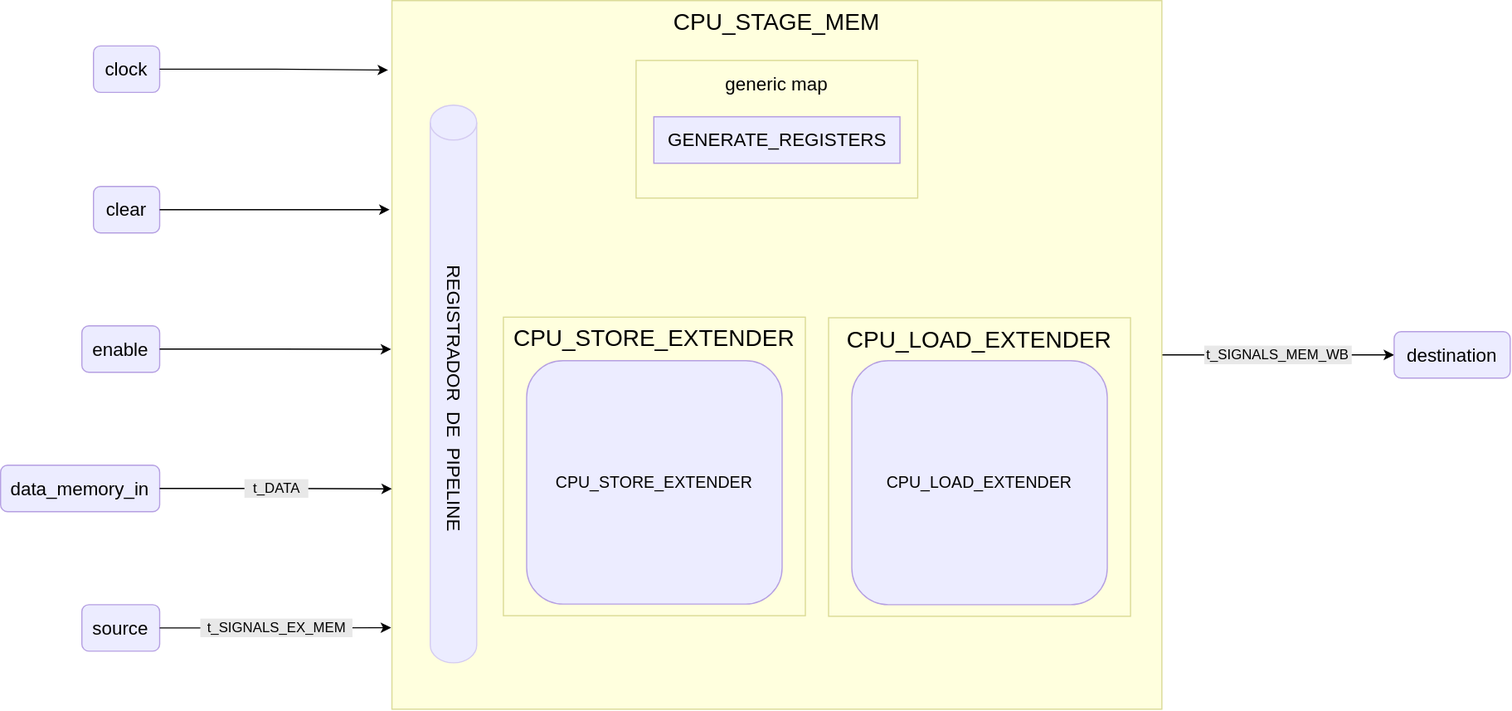
The draw.io diagram public/images/reference/report_components/cpu_stage_mem.drawio.svg in insper-riscv/docs, before a commit. Source tidied: cells renumbered, new cells last; positions are measured from the earlier drawing's top-left corner, leaving out a move shared by most shapes. Source of this version:
```xml
<mxGraphModel>
  <root>
    <mxCell id="0" />
    <mxCell id="1" parent="0" />
    <mxCell id="2" style="edgeStyle=orthogonalEdgeStyle;rounded=0;jettySize=auto;html=1;entryX=0;entryY=0.5;entryDx=0;entryDy=0;" parent="1" edge="1" source="3" target="15">
      <mxGeometry relative="1" as="geometry" />
    </mxCell>
    <mxCell id="3" value="CPU_STAGE_MEM" style="rounded=0;whiteSpace=wrap;html=1;fillColor=#ffffde;strokeColor=#dada94;verticalAlign=top;fontSize=20;" parent="1" vertex="1">
      <mxGeometry x="337" width="663" height="610" as="geometry" />
    </mxCell>
    <mxCell id="4" value="&lt;span style=&quot;font-size: 16px;&quot;&gt;generic map&lt;/span&gt;" style="rounded=0;whiteSpace=wrap;html=1;fillColor=#ffffde;strokeColor=#dada94;verticalAlign=top;fontSize=20;" parent="1" vertex="1">
      <mxGeometry x="547.2" y="51.5" width="242.5" height="118.5" as="geometry" />
    </mxCell>
    <mxCell id="5" value="GENERATE_REGISTERS" style="rounded=0;whiteSpace=wrap;html=1;fillColor=#ececff;strokeColor=#b29ae1;fontSize=16;" parent="1" vertex="1">
      <mxGeometry x="562.5" y="100" width="211.9" height="40" as="geometry" />
    </mxCell>
    <mxCell id="6" value="clock" style="rounded=1;whiteSpace=wrap;html=1;fillColor=#ececff;strokeColor=#b59fe2;fontSize=16;" parent="1" vertex="1">
      <mxGeometry x="80" y="39" width="57" height="40" as="geometry" />
    </mxCell>
    <mxCell id="7" value="clear" style="rounded=1;whiteSpace=wrap;html=1;fillColor=#ececff;strokeColor=#b59fe2;fontSize=16;" parent="1" vertex="1">
      <mxGeometry x="80" y="160" width="57" height="40" as="geometry" />
    </mxCell>
    <mxCell id="8" value="enable" style="rounded=1;whiteSpace=wrap;html=1;fillColor=#ececff;strokeColor=#b59fe2;fontSize=16;" parent="1" vertex="1">
      <mxGeometry x="70" y="280" width="67" height="40" as="geometry" />
    </mxCell>
    <mxCell id="9" value="CPU_STORE_EXTENDER" style="rounded=0;whiteSpace=wrap;html=1;fillColor=#ffffde;strokeColor=#dada94;verticalAlign=top;fontSize=20;spacingTop=0;" parent="1" vertex="1">
      <mxGeometry x="433" y="272.5" width="260" height="257" as="geometry" />
    </mxCell>
    <mxCell id="10" value="CPU_LOAD_EXTENDER" style="rounded=0;whiteSpace=wrap;html=1;fillColor=#ffffde;strokeColor=#dada94;verticalAlign=top;fontSize=20;" parent="1" vertex="1">
      <mxGeometry x="713" y="273" width="260" height="257" as="geometry" />
    </mxCell>
    <mxCell id="11" value="CPU_LOAD_EXTENDER" style="rounded=1;whiteSpace=wrap;html=1;fillColor=#ececff;strokeColor=#b59fe2;fontSize=14;" parent="1" vertex="1">
      <mxGeometry x="733" y="310" width="220" height="210" as="geometry" />
    </mxCell>
    <mxCell id="12" value="&lt;font style=&quot;font-size: 14px;&quot;&gt;CPU_STORE_EXTENDER&lt;/font&gt;" style="rounded=1;whiteSpace=wrap;html=1;fillColor=#ececff;strokeColor=#b59fe2;fontSize=14;" parent="1" vertex="1">
      <mxGeometry x="453" y="310" width="220" height="209.5" as="geometry" />
    </mxCell>
    <mxCell id="13" value="data_memory_in" style="rounded=1;whiteSpace=wrap;html=1;fillColor=#ececff;strokeColor=#b59fe2;fontSize=16;" parent="1" vertex="1">
      <mxGeometry y="400" width="137" height="40" as="geometry" />
    </mxCell>
    <mxCell id="14" value="source" style="rounded=1;whiteSpace=wrap;html=1;fillColor=#ececff;strokeColor=#b59fe2;fontSize=16;" parent="1" vertex="1">
      <mxGeometry x="70" y="520" width="67" height="40" as="geometry" />
    </mxCell>
    <mxCell id="15" value="destination" style="rounded=1;whiteSpace=wrap;html=1;fillColor=#ececff;strokeColor=#b59fe2;fontSize=16;" parent="1" vertex="1">
      <mxGeometry x="1200" y="285" width="100" height="40" as="geometry" />
    </mxCell>
    <mxCell id="16" value="REGISTRADOR&amp;nbsp; DE&amp;nbsp; PIPELINE" style="shape=cylinder3;whiteSpace=wrap;html=1;boundedLbl=1;backgroundOutline=1;size=15;fillColor=#ececff;strokeColor=#d4cbf1;horizontal=1;textDirection=vertical-lr;fontSize=16;" parent="1" vertex="1">
      <mxGeometry x="370" y="90" width="40" height="480" as="geometry" />
    </mxCell>
    <mxCell id="17" value="t_SIGNALS_MEM_WB" style="rounded=0;whiteSpace=wrap;html=1;fillColor=#e8e8e8;strokeColor=#e8e8e8;" parent="1" vertex="1">
      <mxGeometry x="1037" y="297.5" width="126" height="15" as="geometry" />
    </mxCell>
    <mxCell id="18" style="edgeStyle=orthogonalEdgeStyle;rounded=0;jettySize=auto;html=1;entryX=-0.005;entryY=0.098;entryDx=0;entryDy=0;entryPerimeter=0;" parent="1" edge="1" source="6" target="3">
      <mxGeometry relative="1" as="geometry" />
    </mxCell>
    <mxCell id="19" style="edgeStyle=orthogonalEdgeStyle;rounded=0;jettySize=auto;html=1;entryX=-0.003;entryY=0.295;entryDx=0;entryDy=0;entryPerimeter=0;" parent="1" edge="1" source="7" target="3">
      <mxGeometry relative="1" as="geometry" />
    </mxCell>
    <mxCell id="20" style="edgeStyle=orthogonalEdgeStyle;rounded=0;jettySize=auto;html=1;entryX=-0.001;entryY=0.492;entryDx=0;entryDy=0;entryPerimeter=0;" parent="1" edge="1" source="8" target="3">
      <mxGeometry relative="1" as="geometry" />
    </mxCell>
    <mxCell id="21" style="edgeStyle=orthogonalEdgeStyle;rounded=0;jettySize=auto;html=1;entryX=0;entryY=0.689;entryDx=0;entryDy=0;entryPerimeter=0;" parent="1" edge="1" source="13" target="3">
      <mxGeometry relative="1" as="geometry" />
    </mxCell>
    <mxCell id="22" style="edgeStyle=orthogonalEdgeStyle;rounded=0;jettySize=auto;html=1;entryX=-0.001;entryY=0.885;entryDx=0;entryDy=0;entryPerimeter=0;" parent="1" edge="1" source="14" target="3">
      <mxGeometry relative="1" as="geometry" />
    </mxCell>
    <mxCell id="23" value="t_DATA" style="rounded=0;whiteSpace=wrap;html=1;fillColor=#e8e8e8;strokeColor=#e8e8e8;" parent="1" vertex="1">
      <mxGeometry x="210.5" y="412.5" width="54" height="15" as="geometry" />
    </mxCell>
    <mxCell id="24" value="t_SIGNALS_EX_MEM" style="rounded=0;whiteSpace=wrap;html=1;fillColor=#e8e8e8;strokeColor=#e8e8e8;" parent="1" vertex="1">
      <mxGeometry x="172.5" y="532.5" width="130" height="15" as="geometry" />
    </mxCell>
  </root>
</mxGraphModel>
```
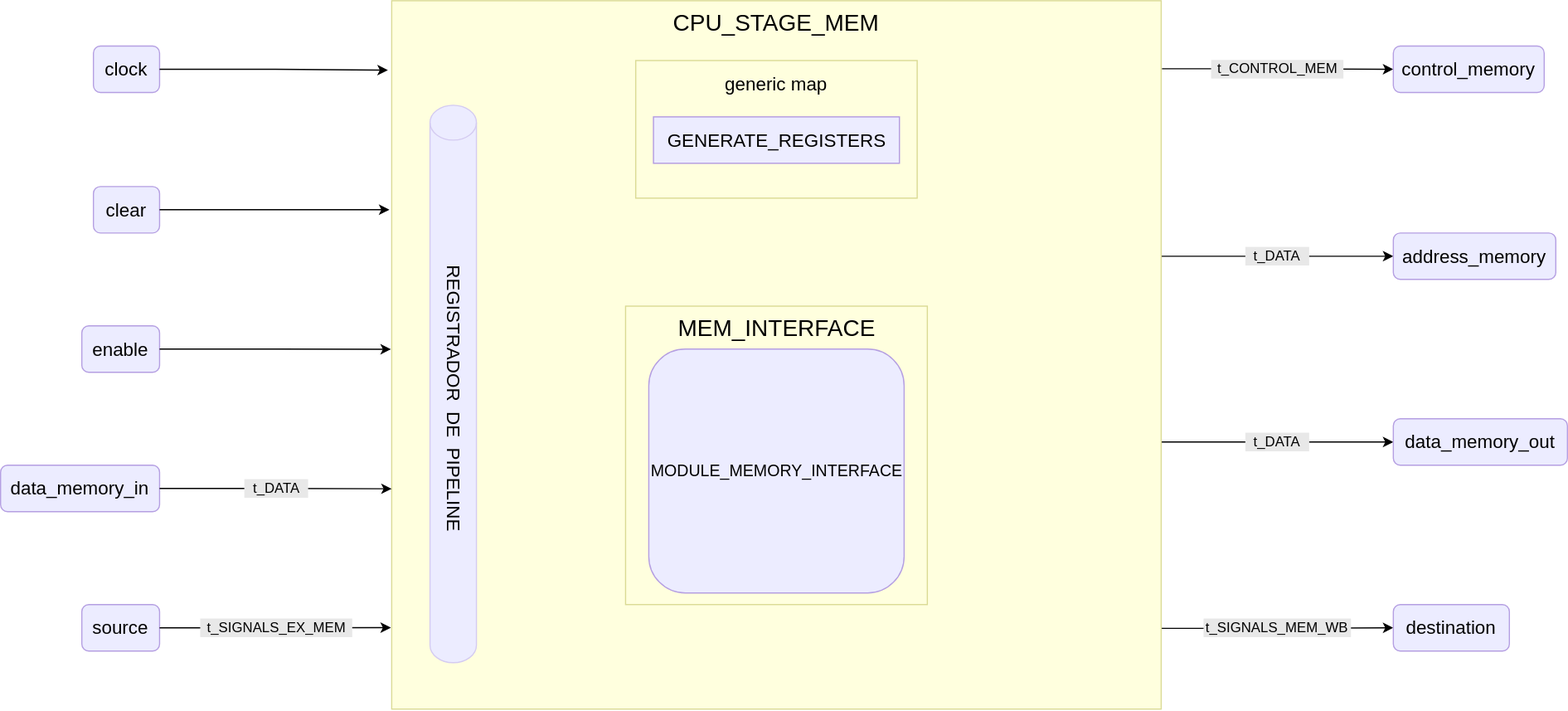
Later version of the same file.

Change to the diagram source:
```diff
@@ -2,9 +2,28 @@
   <root>
     <mxCell id="0" />
     <mxCell id="1" parent="0" />
-    <mxCell id="2" style="edgeStyle=orthogonalEdgeStyle;rounded=0;jettySize=auto;html=1;entryX=0;entryY=0.5;entryDx=0;entryDy=0;" parent="1" edge="1" source="3" target="15">
+    <mxCell id="2" style="edgeStyle=orthogonalEdgeStyle;rounded=0;jettySize=auto;html=1;entryX=0;entryY=0.5;entryDx=0;entryDy=0;exitX=1;exitY=0.886;exitDx=0;exitDy=0;exitPerimeter=0;" parent="1" edge="1" source="3" target="15">
       <mxGeometry relative="1" as="geometry" />
     </mxCell>
+    <mxCell id="25" style="edgeStyle=orthogonalEdgeStyle;rounded=0;jettySize=auto;html=1;entryX=0;entryY=0.5;entryDx=0;entryDy=0;" parent="1" edge="1" source="3" target="28">
+      <mxGeometry relative="1" as="geometry">
+        <Array as="points">
+          <mxPoint x="1060" y="380" />
+          <mxPoint x="1060" y="380" />
+        </Array>
+      </mxGeometry>
+    </mxCell>
+    <mxCell id="26" style="edgeStyle=orthogonalEdgeStyle;rounded=0;jettySize=auto;html=1;entryX=0;entryY=0.5;entryDx=0;entryDy=0;" parent="1" edge="1" source="3" target="29">
+      <mxGeometry relative="1" as="geometry">
+        <Array as="points">
+          <mxPoint x="1050" y="220" />
+          <mxPoint x="1050" y="220" />
+        </Array>
+      </mxGeometry>
+    </mxCell>
+    <mxCell id="27" style="edgeStyle=orthogonalEdgeStyle;rounded=0;jettySize=auto;html=1;exitX=1.001;exitY=0.096;exitDx=0;exitDy=0;entryX=0;entryY=0.5;entryDx=0;entryDy=0;exitPerimeter=0;" parent="1" edge="1" source="3" target="30">
+      <mxGeometry relative="1" as="geometry" />
+    </mxCell>
     <mxCell id="3" value="CPU_STAGE_MEM" style="rounded=0;whiteSpace=wrap;html=1;fillColor=#ffffde;strokeColor=#dada94;verticalAlign=top;fontSize=20;" parent="1" vertex="1">
       <mxGeometry x="337" width="663" height="610" as="geometry" />
     </mxCell>
@@ -23,18 +42,12 @@
     <mxCell id="8" value="enable" style="rounded=1;whiteSpace=wrap;html=1;fillColor=#ececff;strokeColor=#b59fe2;fontSize=16;" parent="1" vertex="1">
       <mxGeometry x="70" y="280" width="67" height="40" as="geometry" />
     </mxCell>
-    <mxCell id="9" value="CPU_STORE_EXTENDER" style="rounded=0;whiteSpace=wrap;html=1;fillColor=#ffffde;strokeColor=#dada94;verticalAlign=top;fontSize=20;spacingTop=0;" parent="1" vertex="1">
-      <mxGeometry x="433" y="272.5" width="260" height="257" as="geometry" />
-    </mxCell>
-    <mxCell id="10" value="CPU_LOAD_EXTENDER" style="rounded=0;whiteSpace=wrap;html=1;fillColor=#ffffde;strokeColor=#dada94;verticalAlign=top;fontSize=20;" parent="1" vertex="1">
-      <mxGeometry x="713" y="273" width="260" height="257" as="geometry" />
+    <mxCell id="10" value="MEM_INTERFACE" style="rounded=0;whiteSpace=wrap;html=1;fillColor=#ffffde;strokeColor=#dada94;verticalAlign=top;fontSize=20;" parent="1" vertex="1">
+      <mxGeometry x="538.5" y="263" width="260" height="257" as="geometry" />
     </mxCell>
-    <mxCell id="11" value="CPU_LOAD_EXTENDER" style="rounded=1;whiteSpace=wrap;html=1;fillColor=#ececff;strokeColor=#b59fe2;fontSize=14;" parent="1" vertex="1">
-      <mxGeometry x="733" y="310" width="220" height="210" as="geometry" />
+    <mxCell id="11" value="MODULE_MEMORY_INTERFACE" style="rounded=1;whiteSpace=wrap;html=1;fillColor=#ececff;strokeColor=#b59fe2;fontSize=14;" parent="1" vertex="1">
+      <mxGeometry x="558.5" y="300" width="220" height="210" as="geometry" />
     </mxCell>
-    <mxCell id="12" value="&lt;font style=&quot;font-size: 14px;&quot;&gt;CPU_STORE_EXTENDER&lt;/font&gt;" style="rounded=1;whiteSpace=wrap;html=1;fillColor=#ececff;strokeColor=#b59fe2;fontSize=14;" parent="1" vertex="1">
-      <mxGeometry x="453" y="310" width="220" height="209.5" as="geometry" />
-    </mxCell>
     <mxCell id="13" value="data_memory_in" style="rounded=1;whiteSpace=wrap;html=1;fillColor=#ececff;strokeColor=#b59fe2;fontSize=16;" parent="1" vertex="1">
       <mxGeometry y="400" width="137" height="40" as="geometry" />
     </mxCell>
@@ -42,13 +55,13 @@
       <mxGeometry x="70" y="520" width="67" height="40" as="geometry" />
     </mxCell>
     <mxCell id="15" value="destination" style="rounded=1;whiteSpace=wrap;html=1;fillColor=#ececff;strokeColor=#b59fe2;fontSize=16;" parent="1" vertex="1">
-      <mxGeometry x="1200" y="285" width="100" height="40" as="geometry" />
+      <mxGeometry x="1200" y="520" width="100" height="40" as="geometry" />
     </mxCell>
     <mxCell id="16" value="REGISTRADOR&amp;nbsp; DE&amp;nbsp; PIPELINE" style="shape=cylinder3;whiteSpace=wrap;html=1;boundedLbl=1;backgroundOutline=1;size=15;fillColor=#ececff;strokeColor=#d4cbf1;horizontal=1;textDirection=vertical-lr;fontSize=16;" parent="1" vertex="1">
       <mxGeometry x="370" y="90" width="40" height="480" as="geometry" />
     </mxCell>
     <mxCell id="17" value="t_SIGNALS_MEM_WB" style="rounded=0;whiteSpace=wrap;html=1;fillColor=#e8e8e8;strokeColor=#e8e8e8;" parent="1" vertex="1">
-      <mxGeometry x="1037" y="297.5" width="126" height="15" as="geometry" />
+      <mxGeometry x="1037" y="532.5" width="126" height="15" as="geometry" />
     </mxCell>
     <mxCell id="18" style="edgeStyle=orthogonalEdgeStyle;rounded=0;jettySize=auto;html=1;entryX=-0.005;entryY=0.098;entryDx=0;entryDy=0;entryPerimeter=0;" parent="1" edge="1" source="6" target="3">
       <mxGeometry relative="1" as="geometry" />
@@ -71,5 +84,23 @@
     <mxCell id="24" value="t_SIGNALS_EX_MEM" style="rounded=0;whiteSpace=wrap;html=1;fillColor=#e8e8e8;strokeColor=#e8e8e8;" parent="1" vertex="1">
       <mxGeometry x="172.5" y="532.5" width="130" height="15" as="geometry" />
     </mxCell>
+    <mxCell id="28" value="data_memory_out" style="rounded=1;whiteSpace=wrap;html=1;fillColor=#ececff;strokeColor=#b59fe2;fontSize=16;" parent="1" vertex="1">
+      <mxGeometry x="1200" y="360" width="150" height="40" as="geometry" />
+    </mxCell>
+    <mxCell id="29" value="address_memory" style="rounded=1;whiteSpace=wrap;html=1;fillColor=#ececff;strokeColor=#b59fe2;fontSize=16;" parent="1" vertex="1">
+      <mxGeometry x="1200" y="200" width="140" height="40" as="geometry" />
+    </mxCell>
+    <mxCell id="30" value="control_memory" style="rounded=1;whiteSpace=wrap;html=1;fillColor=#ececff;strokeColor=#b59fe2;fontSize=16;" parent="1" vertex="1">
+      <mxGeometry x="1200" y="39" width="130" height="40" as="geometry" />
+    </mxCell>
+    <mxCell id="31" value="t_CONTROL_MEM" style="rounded=0;whiteSpace=wrap;html=1;fillColor=#e8e8e8;strokeColor=#e8e8e8;" parent="1" vertex="1">
+      <mxGeometry x="1043.5" y="51.5" width="113" height="15" as="geometry" />
+    </mxCell>
+    <mxCell id="32" value="t_DATA" style="rounded=0;whiteSpace=wrap;html=1;fillColor=#e8e8e8;strokeColor=#e8e8e8;" parent="1" vertex="1">
+      <mxGeometry x="1073" y="212.5" width="54" height="15" as="geometry" />
+    </mxCell>
+    <mxCell id="33" value="t_DATA" style="rounded=0;whiteSpace=wrap;html=1;fillColor=#e8e8e8;strokeColor=#e8e8e8;" parent="1" vertex="1">
+      <mxGeometry x="1073" y="372.5" width="54" height="15" as="geometry" />
+    </mxCell>
   </root>
 </mxGraphModel>
```
